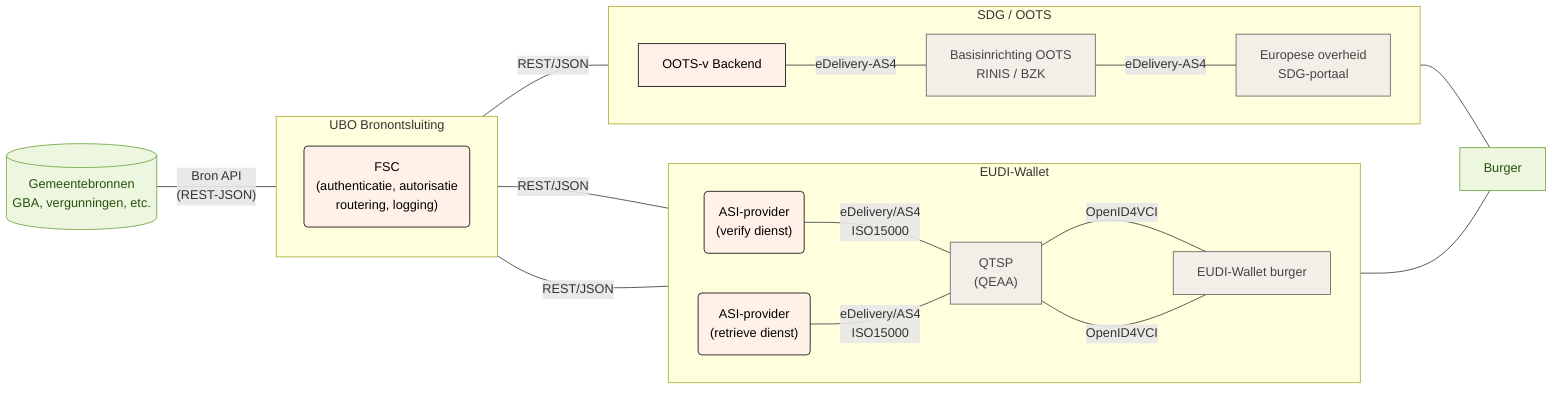
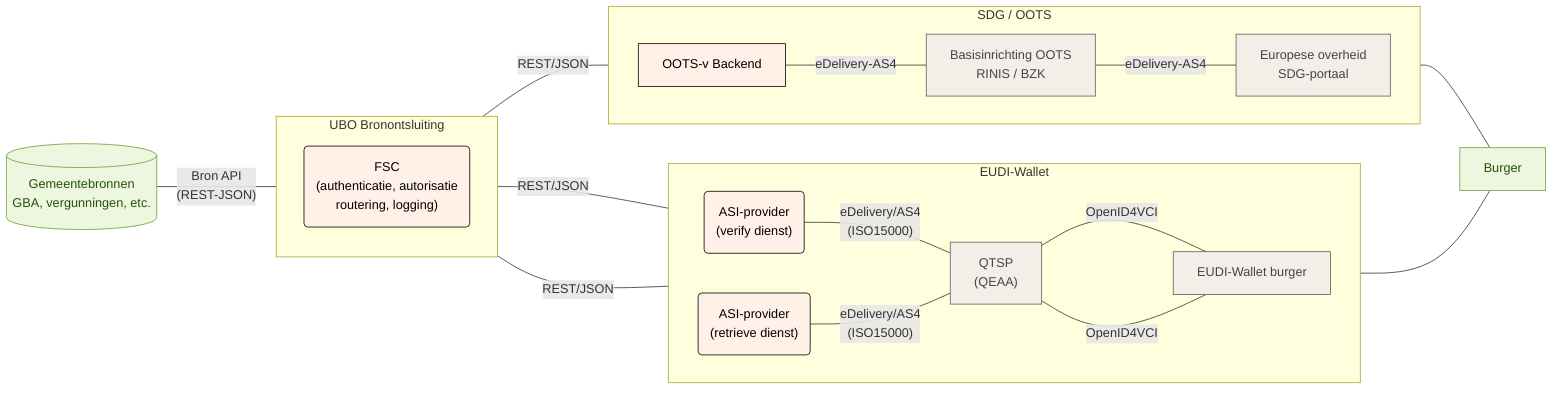
flowchart LR
  subgraph ubo["UBO Bronontsluiting"]
    direction TB
        fsc("FSC<br/>(authenticatie, autorisatie<br/>routering, logging)")
  end
  subgraph eudi["EUDI-Wallet"]
    direction LR
      eudi_verify("ASI-provider<br/>(verify dienst)")
      eudi_retrieve("ASI-provider<br/>(retrieve dienst)")
      eudi_qeaa["QTSP<br/>(QEAA)"]
      eudi_wallet["EUDI-Wallet burger"]
  end
  subgraph oots["SDG / OOTS"]
    direction LR
      oots_v["OOTS-v Backend"]
      oots_basis["Basisinrichting OOTS<br/>RINIS / BZK"]
      oots_afnemer["Europese overheid<br/>SDG-portaal"]
  end

  bron[("Gemeentebronnen<br/>GBA, vergunningen, etc.")] -- Bron API<br/>(REST-JSON) --- ubo
  ubo -- REST/JSON --- eudi_verify & eudi_retrieve & oots_v
-   eudi_verify -- eDelivery/AS4<br/>ISO15000 --- eudi_qeaa -- OpenID4VCI --- eudi_wallet
-   eudi_retrieve -- eDelivery/AS4<br/>ISO15000 --- eudi_qeaa -- OpenID4VCI --- eudi_wallet
+   eudi_verify -- eDelivery/AS4<br/>(ISO15000) --- eudi_qeaa -- OpenID4VCI --- eudi_wallet
+   eudi_retrieve -- eDelivery/AS4<br/>(ISO15000) --- eudi_qeaa -- OpenID4VCI --- eudi_wallet
  oots_v -- eDelivery-AS4 --- oots_basis -- eDelivery-AS4 --- oots_afnemer
  eudi_wallet --- burger["Burger"]
  oots_afnemer --- burger

  fsc:::ubo
  eudi_verify:::ubo
  eudi_retrieve:::ubo
  eudi_qeaa:::eudi
  eudi_wallet:::eudi
  oots_v:::ubo
  oots_basis:::oots
  oots_afnemer:::oots
  bron:::bron
  burger:::burger

  classDef bron fill:#edf7df,stroke:#6aa13a,color:#27500a
  classDef generiek fill:#f1efe8,stroke:#5f5e5a,color:#444441
  classDef eudi fill:#f1efe8,stroke:#5f5e5a,color:#444441
  classDef oots fill:#f1efe8,stroke:#5f5e5a,color:#444441
  classDef dvtp fill:#f1efe8,stroke:#5f5e5a,color:#444441
  classDef ubo fill:#fff0e8,stroke:#000000,color:#000000
  classDef burger fill:#edf7df,stroke:#6aa13a,color:#27500a
